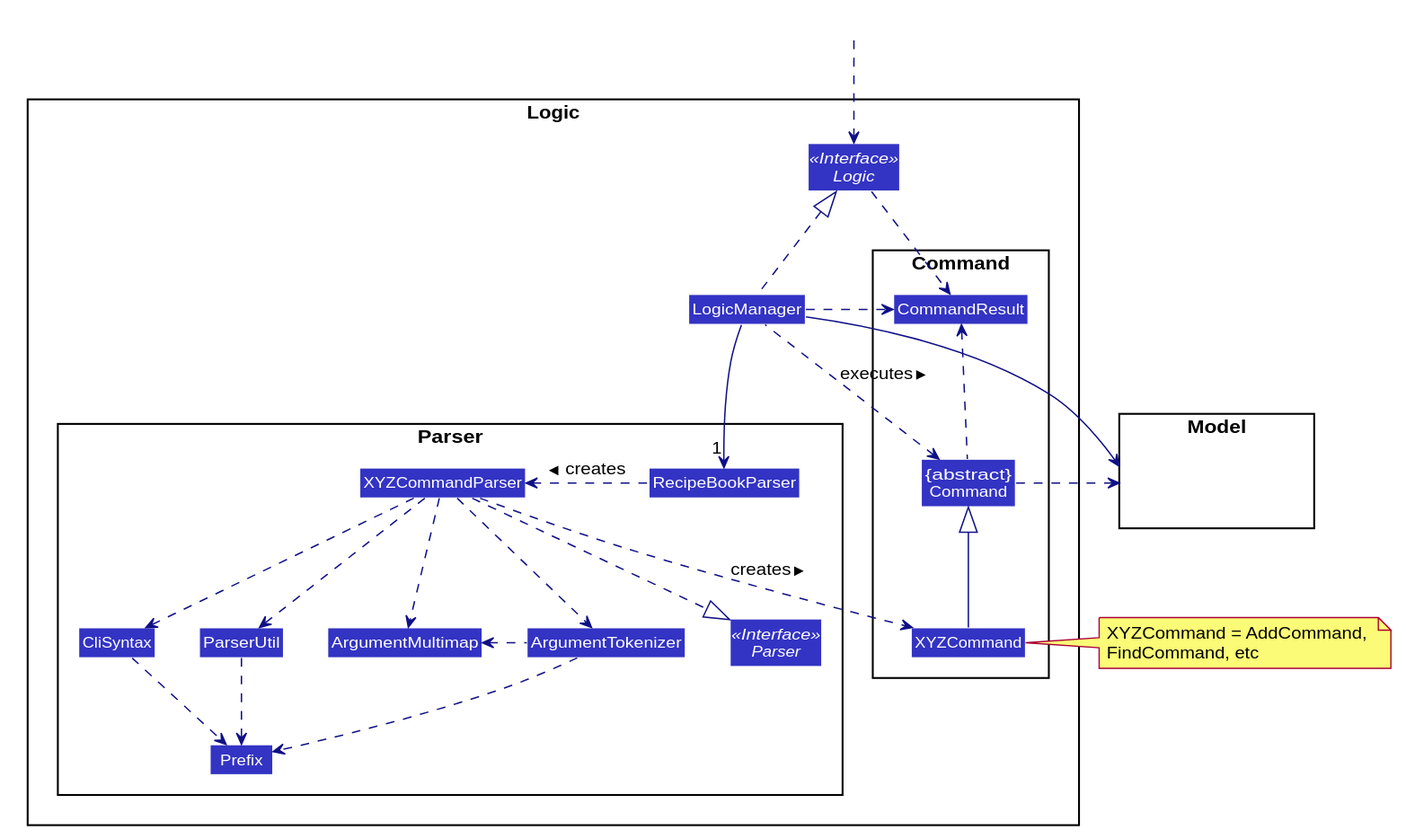
Above: docs/images/LogicClassDiagram.svg in nus-cs2103-AY1920S2/addressbook-level3 (PlantUML), before the change. Its diagram source:
```plantuml
@startuml








skinparam BackgroundColor #FFFFFFF

skinparam Shadowing false

skinparam Class {
    FontColor #FFFFFF
    BorderThickness 1
    BorderColor #FFFFFF
    StereotypeFontColor #FFFFFF
    FontName Arial
}

skinparam Actor {
    BorderColor #000000
    Color #000000
    FontName Arial
}

skinparam Sequence {
    MessageAlign center
    BoxFontSize 15
    BoxPadding 0
    BoxFontColor #FFFFFF
    FontName Arial
}

skinparam Participant {
    FontColor #FFFFFFF
    Padding 20
}

skinparam MinClassWidth 50
skinparam ParticipantPadding 10
skinparam Shadowing false
skinparam DefaultTextAlignment center
skinparam packageStyle Rectangle

hide footbox
hide members
hide circle

skinparam arrowThickness 1.1
skinparam arrowColor #101086
skinparam classBackgroundColor #3333C4

package Logic {

package Parser {
Interface Parser <<Interface>>
Class RecipeBookParser
Class XYZCommandParser
Class CliSyntax
Class ParserUtil
Class ArgumentMultimap
Class ArgumentTokenizer
Class Prefix
}

package Command {
Class XYZCommand
Class CommandResult
Class "{abstract}\nCommand" as Command
}

Interface Logic <<Interface>>
Class LogicManager
}

package Model{
Class HiddenModel #FFFFFF
}

Class HiddenOutside #FFFFFF
HiddenOutside ..> Logic

LogicManager .up.|> Logic
LogicManager -->"1" RecipeBookParser
RecipeBookParser .left.> XYZCommandParser: creates >

XYZCommandParser ..> XYZCommand : creates >
XYZCommandParser ..|> Parser
XYZCommandParser ..> ArgumentMultimap
XYZCommandParser ..> ArgumentTokenizer
ArgumentTokenizer .left.> ArgumentMultimap
XYZCommandParser ..> CliSyntax
CliSyntax ..> Prefix
XYZCommandParser ..> ParserUtil
ParserUtil .down.> Prefix
ArgumentTokenizer .down.> Prefix
XYZCommand -up-|> Command
LogicManager .left.> Command : executes >

LogicManager --> Model
Command .right.> Model
note right of XYZCommand: XYZCommand = AddCommand, \nFindCommand, etc

Logic ..> CommandResult
LogicManager .down.> CommandResult
Command .up.> CommandResult
CommandResult -[hidden]-> Parser
@enduml
```
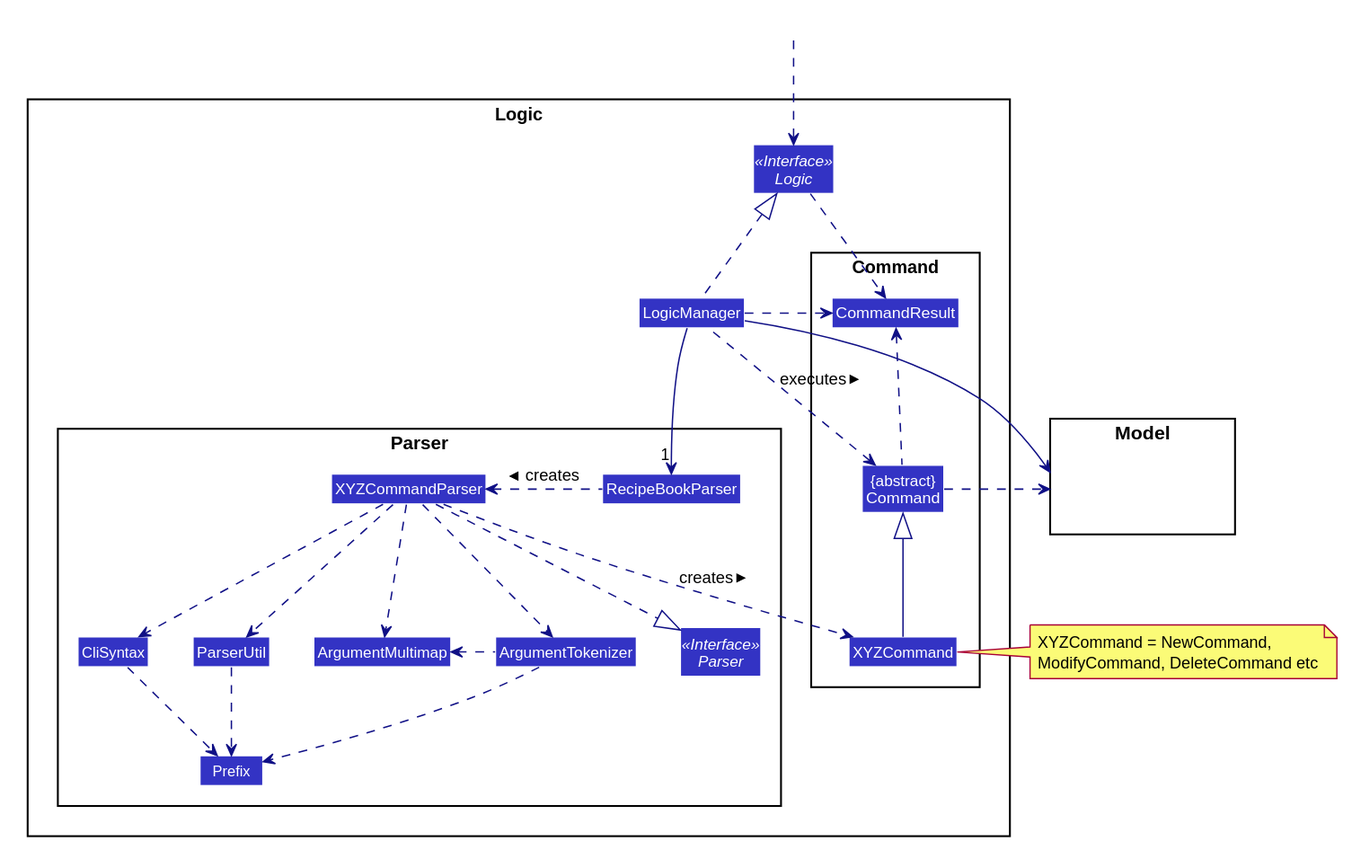
The same file after the commit.

Change to the diagram source:
```diff
@@ -1,4 +1,4 @@
-@startuml
+@startuml LogicClassDiagram
 
 
 
@@ -47,7 +47,6 @@
 hide footbox
 hide members
 hide circle
-
 skinparam arrowThickness 1.1
 skinparam arrowColor #101086
 skinparam classBackgroundColor #3333C4
@@ -101,7 +100,7 @@
 
 LogicManager --> Model
 Command .right.> Model
-note right of XYZCommand: XYZCommand = AddCommand, \nFindCommand, etc
+note right of XYZCommand: XYZCommand = NewCommand,\nModifyCommand, DeleteCommand etc
 
 Logic ..> CommandResult
 LogicManager .down.> CommandResult
```
